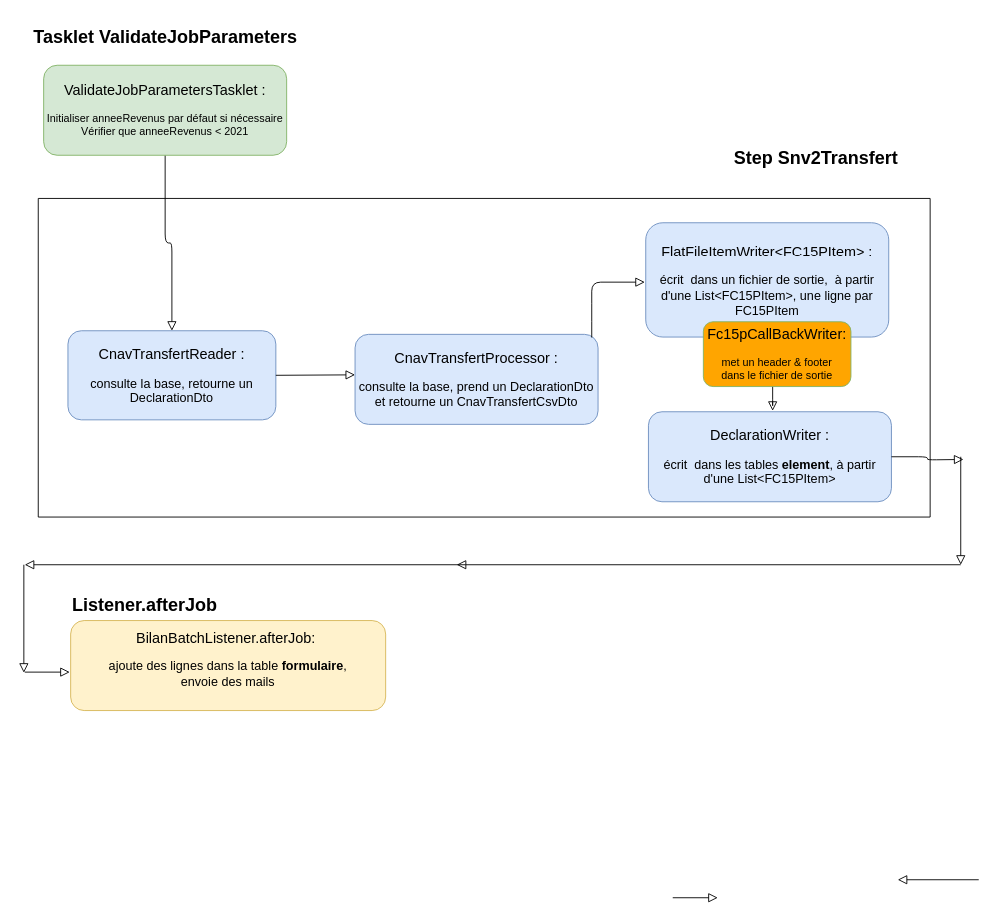
Before: flux_decipam_cnav_transfert.drawio in ewan-delanoy/uml_diagram, a draw.io diagram. Source tidied: cells renumbered, new cells numbered last; positions are measured from the earlier drawing's top-left corner, leaving out a move shared by most shapes. Both pictures are drawn from the tidied source at 90%, with x=0, y=0 at pixel (23, 15).
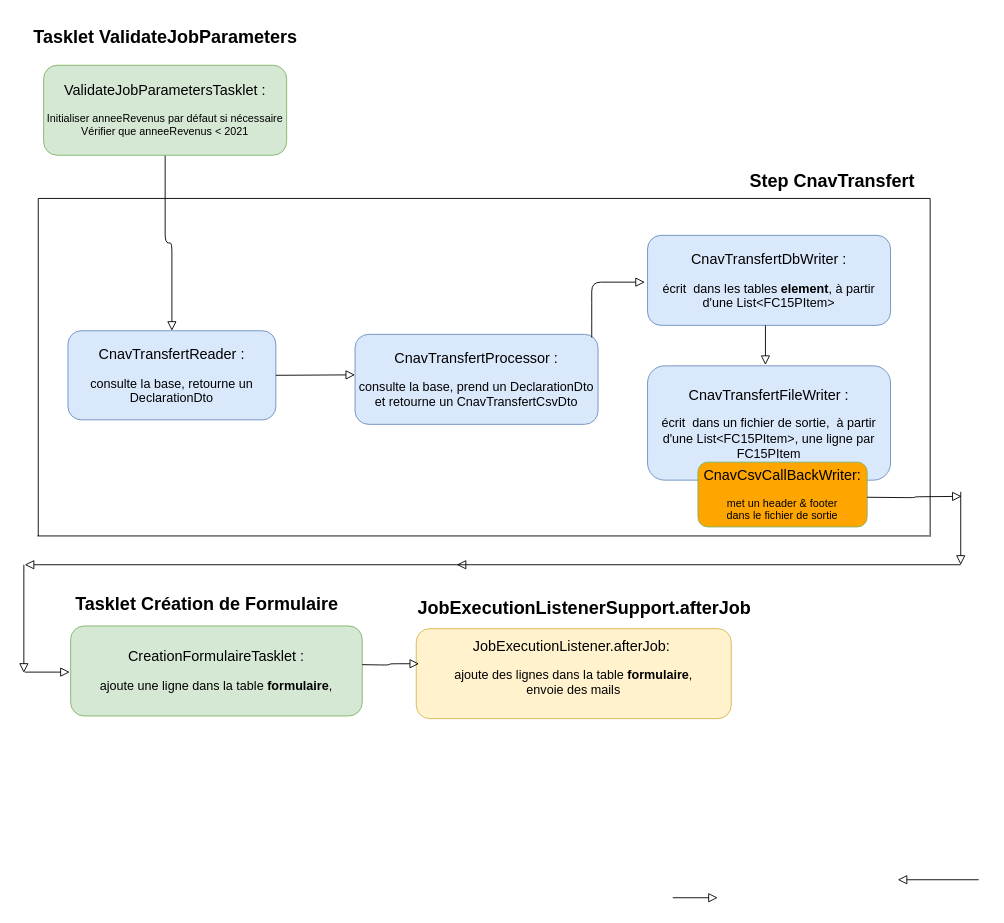
The same page after the edit.

Commit message:
Mettre à jour flux_decipam_cnav_transfert.drawio

Change to the diagram source:
```diff
@@
-    <mxCell id="3" value="&lt;font style=&quot;font-size: 16px;&quot;&gt;BilanBatchListener.afterJob:&amp;nbsp;&lt;/font&gt; &lt;div&gt;&lt;br&gt;&lt;/div&gt;&lt;font style=&quot;font-size: 14px;&quot;&gt;ajoute des lignes dans la table &lt;b&gt;formulaire&lt;/b&gt;, &lt;br&gt;envoie des mails&lt;/font&gt;&lt;div&gt;&lt;br/&gt;&lt;/div&gt;" style="rounded=1;whiteSpace=wrap;html=1;fontSize=12;glass=0;strokeWidth=1;shadow=0;fillColor=#fff2cc;strokeColor=#d6b656;" parent="1" vertex="1">
-      <mxGeometry x="52" y="672" width="350" height="100" as="geometry" />
+    <mxCell id="3" value="&lt;font style=&quot;font-size: 16px;&quot;&gt;JobExecutionListener.afterJob:&amp;nbsp;&lt;/font&gt; &lt;div&gt;&lt;br&gt;&lt;/div&gt;&lt;font style=&quot;font-size: 14px;&quot;&gt;ajoute des lignes dans la table &lt;b&gt;formulaire&lt;/b&gt;, &lt;br&gt;envoie des mails&lt;/font&gt;&lt;div&gt;&lt;br&gt;&lt;/div&gt;" style="rounded=1;whiteSpace=wrap;html=1;fontSize=12;glass=0;strokeWidth=1;shadow=0;fillColor=#fff2cc;strokeColor=#d6b656;" parent="1" vertex="1">
+      <mxGeometry x="436" y="681" width="350" height="100" as="geometry" />
     </mxCell>
-    <mxCell id="4" value="&lt;font size=&quot;1&quot;&gt;&lt;b style=&quot;font-size: 20px;&quot;&gt;Listener.afterJob&lt;/b&gt;&lt;/font&gt;" style="text;whiteSpace=wrap;html=1;rounded=1;" parent="1" vertex="1">
-      <mxGeometry x="52" y="636" width="210" height="50" as="geometry" />
+    <mxCell id="4" value="&lt;font size=&quot;1&quot;&gt;&lt;b style=&quot;font-size: 20px;&quot;&gt;JobExecutionListenerSupport.afterJob&lt;/b&gt;&lt;/font&gt;" style="text;whiteSpace=wrap;html=1;rounded=1;" parent="1" vertex="1">
+      <mxGeometry x="436" y="639" width="373" height="50" as="geometry" />
     </mxCell>
@@
     <mxCell id="7" style="endArrow=none;html=1;rounded=1;" parent="1" edge="1">
       <mxGeometry relative="1" as="geometry">
-        <mxPoint x="1007" y="557" as="sourcePoint" />
+        <mxPoint x="1007" y="579" as="sourcePoint" />
         <mxPoint x="1007" y="203" as="targetPoint" />
       </mxGeometry>
     </mxCell>
-    <mxCell id="8" value="&lt;font size=&quot;1&quot;&gt;&lt;b style=&quot;font-size: 20px;&quot;&gt;Step Snv2Transfert&lt;/b&gt;&lt;/font&gt;" style="text;html=1;align=center;verticalAlign=middle;whiteSpace=wrap;rounded=1;" parent="1" vertex="1">
-      <mxGeometry x="783" y="132" width="195" height="50" as="geometry" />
+    <mxCell id="8" value="&lt;font size=&quot;1&quot;&gt;&lt;b style=&quot;font-size: 20px;&quot;&gt;Step CnavTransfert&lt;/b&gt;&lt;/font&gt;" style="text;html=1;align=center;verticalAlign=middle;whiteSpace=wrap;rounded=1;" parent="1" vertex="1">
+      <mxGeometry x="801" y="158" width="195" height="50" as="geometry" />
     </mxCell>
-    <mxCell id="9" value="&lt;font style=&quot;font-size: 16px;&quot;&gt;DeclarationWriter :&lt;/font&gt; &lt;div&gt;&lt;br&gt;&lt;/div&gt;&lt;font style=&quot;font-size: 14px;&quot;&gt;écrit&amp;nbsp; dans les tables &lt;b&gt;element&lt;/b&gt;, à partir d'une List&amp;lt;FC15PItem&amp;gt;&lt;/font&gt;" style="rounded=1;whiteSpace=wrap;html=1;fontSize=12;glass=0;strokeWidth=1;shadow=0;fillColor=#dae8fc;strokeColor=#6c8ebf;" parent="1" vertex="1">
-      <mxGeometry x="694" y="440" width="270" height="100" as="geometry" />
+    <mxCell id="9" value="&lt;font style=&quot;font-size: 16px;&quot;&gt;CnavTransfertDbWriter :&lt;/font&gt; &lt;div&gt;&lt;br&gt;&lt;/div&gt;&lt;font style=&quot;font-size: 14px;&quot;&gt;écrit&amp;nbsp; dans les tables &lt;b&gt;element&lt;/b&gt;, à partir d'une List&amp;lt;FC15PItem&amp;gt;&lt;/font&gt;" style="rounded=1;whiteSpace=wrap;html=1;fontSize=12;glass=0;strokeWidth=1;shadow=0;fillColor=#dae8fc;strokeColor=#6c8ebf;" parent="1" vertex="1">
+      <mxGeometry x="693" y="244" width="270" height="100" as="geometry" />
     </mxCell>
@@
     <mxCell id="11" style="edgeStyle=orthogonalEdgeStyle;rounded=1;html=1;jettySize=auto;orthogonalLoop=1;fontSize=11;endArrow=block;endFill=0;endSize=8;strokeWidth=1;shadow=0;labelBackgroundColor=none;" parent="1" edge="1">
       <mxGeometry y="10" relative="1" as="geometry">
-        <mxPoint x="1041" y="490" as="sourcePoint" />
+        <mxPoint x="1041" y="529" as="sourcePoint" />
         <mxPoint x="1041" y="610" as="targetPoint" />
       </mxGeometry>
     </mxCell>
@@
-    <mxCell id="19" value="&lt;font style=&quot;font-size: 16px;&quot;&gt;FlatFileItemWriter&amp;lt;FC15PItem&amp;gt; :&lt;/font&gt; &lt;div&gt;&lt;br&gt;&lt;/div&gt;&lt;font style=&quot;font-size: 14px;&quot;&gt;écrit&amp;nbsp; dans un fichier de sortie,&amp;nbsp; à partir d'une List&amp;lt;FC15PItem&amp;gt;, une ligne par&lt;br&gt;FC15PItem&lt;br&gt;&lt;/font&gt;" style="rounded=1;whiteSpace=wrap;html=1;fontSize=12;glass=0;strokeWidth=1;shadow=0;fillColor=#dae8fc;strokeColor=#6c8ebf;" parent="1" vertex="1">
-      <mxGeometry x="691" y="230" width="270" height="127" as="geometry" />
+    <mxCell id="19" value="&lt;font style=&quot;font-size: 16px;&quot;&gt;CnavTransfertFileWriter :&lt;/font&gt; &lt;div&gt;&lt;br&gt;&lt;/div&gt;&lt;font style=&quot;font-size: 14px;&quot;&gt;écrit&amp;nbsp; dans un fichier de sortie,&amp;nbsp; à partir d'une List&amp;lt;FC15PItem&amp;gt;, une ligne par&lt;br&gt;FC15PItem&lt;br&gt;&lt;/font&gt;" style="rounded=1;whiteSpace=wrap;html=1;fontSize=12;glass=0;strokeWidth=1;shadow=0;fillColor=#dae8fc;strokeColor=#6c8ebf;" parent="1" vertex="1">
+      <mxGeometry x="693" y="389" width="270" height="127" as="geometry" />
     </mxCell>
-    <mxCell id="20" value="&lt;font style=&quot;font-size: 16px;&quot;&gt;Fc15pCallBackWriter:&lt;/font&gt; &lt;div&gt;&lt;br&gt;&lt;/div&gt;met un header &amp;amp; footer &lt;br&gt;dans le fichier de sortie " style="rounded=1;whiteSpace=wrap;html=1;fontSize=12;glass=0;strokeWidth=1;shadow=0;fillColor=orange;strokeColor=#82b366;" parent="1" vertex="1">
-      <mxGeometry x="755" y="340" width="164" height="72" as="geometry" />
+    <mxCell id="20" value="&lt;font style=&quot;font-size: 16px;&quot;&gt;CnavCsvCallBackWriter:&lt;/font&gt; &lt;div&gt;&lt;br&gt;&lt;/div&gt;met un header &amp;amp; footer &lt;br&gt;dans le fichier de sortie " style="rounded=1;whiteSpace=wrap;html=1;fontSize=12;glass=0;strokeWidth=1;shadow=0;fillColor=orange;strokeColor=#82b366;" parent="1" vertex="1">
+      <mxGeometry x="749" y="496" width="188" height="72" as="geometry" />
     </mxCell>
-    <mxCell id="21" style="edgeStyle=orthogonalEdgeStyle;rounded=1;html=1;jettySize=auto;fontSize=11;endArrow=block;endFill=0;endSize=8;strokeWidth=1;shadow=0;labelBackgroundColor=none;exitX=1;exitY=0.5;exitDx=0;exitDy=0;" parent="1" edge="1" source="9">
-      <mxGeometry y="10" relative="1" as="geometry">
-        <mxPoint x="1044" y="493" as="targetPoint" />
-      </mxGeometry>
-    </mxCell>
@@
     <mxCell id="24" style="endArrow=none;html=1;rounded=0;" parent="1" edge="1">
       <mxGeometry relative="1" as="geometry">
-        <mxPoint x="16" y="557" as="sourcePoint" />
-        <mxPoint x="1007" y="557" as="targetPoint" />
+        <mxPoint x="15" y="578" as="sourcePoint" />
+        <mxPoint x="1006" y="578" as="targetPoint" />
       </mxGeometry>
     </mxCell>
     <mxCell id="25" style="endArrow=none;html=1;rounded=1;" parent="1" edge="1">
       <mxGeometry relative="1" as="geometry">
-        <mxPoint x="16" y="557" as="sourcePoint" />
+        <mxPoint x="16" y="578" as="sourcePoint" />
         <mxPoint x="16" y="203" as="targetPoint" />
       </mxGeometry>
     </mxCell>
@@
+    <mxCell id="29" value="&lt;font style=&quot;font-size: 16px;&quot;&gt;CreationFormulaireTasklet :&lt;/font&gt; &lt;div&gt;&lt;br&gt;&lt;/div&gt;&lt;font style=&quot;font-size: 14px;&quot;&gt;ajoute une ligne dans la table &lt;b&gt;formulaire&lt;/b&gt;,&lt;/font&gt;" style="rounded=1;whiteSpace=wrap;html=1;fontSize=12;glass=0;strokeWidth=1;shadow=0;fillColor=#d5e8d4;strokeColor=#82b366;" parent="1" vertex="1">
+      <mxGeometry x="52" y="678" width="324" height="100" as="geometry" />
+    </mxCell>
+    <mxCell id="30" style="edgeStyle=orthogonalEdgeStyle;rounded=1;html=1;jettySize=auto;fontSize=11;endArrow=block;endFill=0;endSize=8;strokeWidth=1;shadow=0;labelBackgroundColor=none;entryX=0.009;entryY=0.39;entryDx=0;entryDy=0;entryPerimeter=0;" parent="1" edge="1" target="3">
+      <mxGeometry y="10" relative="1" as="geometry">
+        <mxPoint x="376" y="721" as="sourcePoint" />
+      </mxGeometry>
+    </mxCell>
+    <mxCell id="31" style="edgeStyle=orthogonalEdgeStyle;rounded=1;html=1;jettySize=auto;orthogonalLoop=1;fontSize=11;endArrow=block;endFill=0;endSize=8;strokeWidth=1;shadow=0;labelBackgroundColor=none;" parent="1" edge="1">
+      <mxGeometry y="10" relative="1" as="geometry">
+        <mxPoint x="824" y="344" as="sourcePoint" />
+        <mxPoint x="824" y="388" as="targetPoint" />
+      </mxGeometry>
+    </mxCell>
+    <mxCell id="32" value="&lt;font size=&quot;1&quot;&gt;&lt;b style=&quot;font-size: 20px;&quot;&gt;Tasklet Création de Formulaire&lt;br&gt;&lt;/b&gt;&lt;/font&gt;" style="text;html=1;align=center;verticalAlign=middle;whiteSpace=wrap;rounded=1;" parent="1" vertex="1">
+      <mxGeometry x="52" y="630" width="303" height="46" as="geometry" />
+    </mxCell>
+    <mxCell id="33" style="edgeStyle=orthogonalEdgeStyle;rounded=1;html=1;jettySize=auto;orthogonalLoop=1;fontSize=11;endArrow=block;endFill=0;endSize=8;strokeWidth=1;shadow=0;labelBackgroundColor=none;exitX=1;exitY=0.5;exitDx=0;exitDy=0;" parent="1" edge="1">
+      <mxGeometry y="10" relative="1" as="geometry">
+        <mxPoint x="937" y="535" as="sourcePoint" />
+        <mxPoint x="1042" y="534" as="targetPoint" />
+      </mxGeometry>
+    </mxCell>
```
